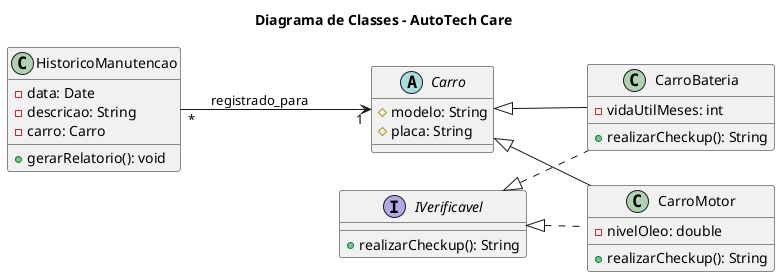
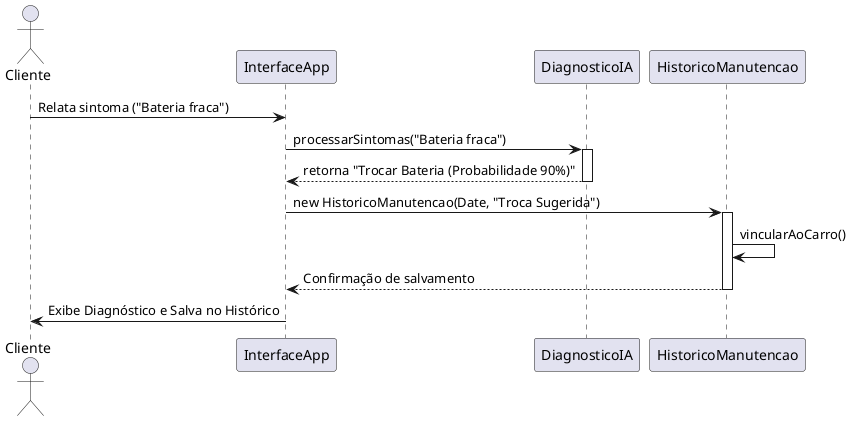
// C. Diagrama de Sequência (Caso de Uso: Diagnóstico): este diagrama mostra a "conversa" entre os objetos quando o usuário pede um diagnóstico.
  @startuml
- title Diagrama de Classes - AutoTech Care
+ actor Cliente
+ participant "InterfaceApp" as UI
+ participant "DiagnosticoIA" as IA
+ participant "HistoricoManutencao" as Hist

- left to right direction
+ Cliente -> UI: Relata sintoma ("Bateria fraca")
+ UI -> IA: processarSintomas("Bateria fraca")
+ activate IA
+ IA --> UI: retorna "Trocar Bateria (Probabilidade 90%)"
+ deactivate IA

- ' Classes principais
- abstract class Carro {
-     # modelo: String
-     # placa: String
- }
+ UI -> Hist: new HistoricoManutencao(Date, "Troca Sugerida")
+ activate Hist
+ Hist -> Hist: vincularAoCarro()
+ Hist --> UI: Confirmação de salvamento
+ deactivate Hist

- class CarroBateria {
-     - vidaUtilMeses: int
-     + realizarCheckup(): String
- }
- 
- class CarroMotor {
-     - nivelOleo: double
-     + realizarCheckup(): String
- }
- 
- interface IVerificavel {
-     + realizarCheckup(): String
- }
- 
- class HistoricoManutencao {
-     - data: Date
-     - descricao: String
-     - carro: Carro
-     + gerarRelatorio(): void
- }
- 
- ' Relações estruturais
- Carro <|-- CarroBateria
- Carro <|-- CarroMotor
- IVerificavel <|.. CarroBateria
- IVerificavel <|.. CarroMotor
- 
- HistoricoManutencao "*" --> "1" Carro : registrado_para
+ UI -> Cliente: Exibe Diagnóstico e Salva no Histórico
@enduml
